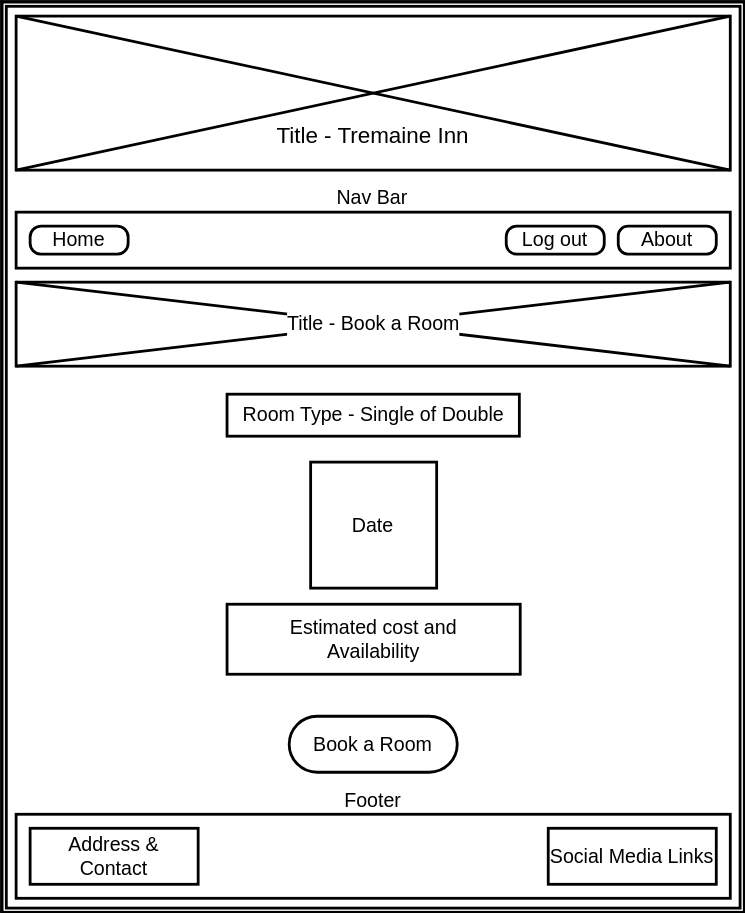
The draw.io diagram readme/book-room-page.svg in redfoxofwealden/tremaine-inn-booking-system, before a commit. Source tidied: cells renumbered, new cells last; positions are measured from the earlier drawing's top-left corner, leaving out a move shared by most shapes. Source of this version:
```xml
<mxGraphModel>
  <root>
    <mxCell id="0" />
    <mxCell id="1" parent="0" />
    <mxCell id="2" style="shape=ext;double=1;rounded=0;whiteSpace=wrap;html=1;strokeColor=#000000;strokeWidth=2;align=center;verticalAlign=middle;fontFamily=Helvetica;fontSize=12;fontColor=#333333;fillColor=#FFFFFF;" parent="1" vertex="1">
      <mxGeometry width="530" height="650" as="geometry" />
    </mxCell>
    <mxCell id="3" style="rounded=0;whiteSpace=wrap;html=1;align=center;verticalAlign=middle;fontFamily=Tahoma;fontSize=14;fontColor=#000000;fillColor=none;gradientColor=none;strokeWidth=2;strokeColor=#000000;" parent="1" vertex="1">
      <mxGeometry x="10" y="150" width="510" height="40" as="geometry" />
    </mxCell>
    <mxCell id="4" style="verticalLabelPosition=bottom;shadow=0;dashed=0;align=center;html=1;verticalAlign=top;strokeWidth=2;shape=mxgraph.mockup.graphics.simpleIcon;strokeColor=#000000;rounded=0;fontFamily=Helvetica;fontSize=12;fontColor=#333333;fillColor=#FFFFFF;" parent="1" vertex="1">
      <mxGeometry x="10" y="10" width="510" height="110" as="geometry" />
    </mxCell>
    <mxCell id="5" value="Title - Tremaine Inn" style="text;html=1;align=center;verticalAlign=middle;whiteSpace=wrap;rounded=0;fontFamily=Helvetica;fontSize=16;fontColor=#000000;fontStyle=0;" parent="1" vertex="1">
      <mxGeometry x="191.2" y="80" width="147.5" height="30" as="geometry" />
    </mxCell>
    <mxCell id="6" value="Log out" style="rounded=1;whiteSpace=wrap;html=1;align=center;verticalAlign=middle;fontFamily=Helvetica;fontSize=14;fontColor=#000000;fillColor=none;gradientColor=none;strokeColor=#000000;strokeWidth=2;arcSize=37;" parent="1" vertex="1">
      <mxGeometry x="360" y="160" width="70" height="20" as="geometry" />
    </mxCell>
    <mxCell id="7" value="About" style="rounded=1;whiteSpace=wrap;html=1;align=center;verticalAlign=middle;fontFamily=Helvetica;fontSize=14;fontColor=#000000;fillColor=none;gradientColor=none;strokeColor=#000000;strokeWidth=2;arcSize=35;" parent="1" vertex="1">
      <mxGeometry x="440" y="160" width="70" height="20" as="geometry" />
    </mxCell>
    <mxCell id="8" value="Home" style="rounded=1;whiteSpace=wrap;html=1;align=center;verticalAlign=middle;fontFamily=Helvetica;fontSize=14;fontColor=#000000;fillColor=none;gradientColor=none;strokeColor=#000000;strokeWidth=2;arcSize=39;" parent="1" vertex="1">
      <mxGeometry x="20" y="160" width="70" height="20" as="geometry" />
    </mxCell>
    <mxCell id="9" style="rounded=0;whiteSpace=wrap;html=1;align=center;verticalAlign=middle;fontFamily=Tahoma;fontSize=14;fontColor=#000000;fillColor=none;gradientColor=none;strokeWidth=2;strokeColor=#000000;" parent="1" vertex="1">
      <mxGeometry x="10" y="580" width="510" height="60" as="geometry" />
    </mxCell>
    <mxCell id="10" value="Address &amp;amp;&lt;br&gt;Contact" style="rounded=1;whiteSpace=wrap;html=1;align=center;verticalAlign=middle;fontFamily=Helvetica;fontSize=14;fontColor=#000000;fillColor=none;gradientColor=none;arcSize=0;strokeWidth=2;strokeColor=#000000;" parent="1" vertex="1">
      <mxGeometry x="20" y="590" width="120" height="40" as="geometry" />
    </mxCell>
    <mxCell id="11" value="Social Media Links" style="rounded=1;whiteSpace=wrap;html=1;align=center;verticalAlign=middle;fontFamily=Helvetica;fontSize=14;fontColor=#000000;fillColor=none;gradientColor=none;arcSize=0;strokeWidth=2;strokeColor=#000000;" parent="1" vertex="1">
      <mxGeometry x="390" y="590" width="120" height="40" as="geometry" />
    </mxCell>
    <mxCell id="12" value="Footer" style="text;html=1;align=center;verticalAlign=middle;whiteSpace=wrap;rounded=0;fontFamily=Helvetica;fontSize=14;fontColor=#000000;" parent="1" vertex="1">
      <mxGeometry x="240" y="560" width="50" height="20" as="geometry" />
    </mxCell>
    <mxCell id="13" value="Nav Bar" style="text;html=1;align=center;verticalAlign=middle;whiteSpace=wrap;rounded=0;fontFamily=Helvetica;fontSize=14;fontColor=#000000;" parent="1" vertex="1">
      <mxGeometry x="237.5" y="130" width="55" height="20" as="geometry" />
    </mxCell>
    <mxCell id="14" style="verticalLabelPosition=bottom;shadow=0;dashed=0;align=center;html=1;verticalAlign=middle;strokeWidth=2;shape=mxgraph.mockup.graphics.simpleIcon;strokeColor=#000000;rounded=0;fontFamily=Helvetica;fontSize=14;fontColor=#000000;fillColor=#FFFFFF;" parent="1" vertex="1">
      <mxGeometry x="10" y="200" width="510" height="60" as="geometry" />
    </mxCell>
    <mxCell id="15" value="Title - Book a Room" style="text;html=1;align=center;verticalAlign=middle;whiteSpace=wrap;rounded=0;fontSize=14;labelBackgroundColor=#FFFFFF;fontColor=#000000;" parent="1" vertex="1">
      <mxGeometry x="153.8" y="215" width="222.5" height="30" as="geometry" />
    </mxCell>
    <mxCell id="16" value="Book a Room" style="rounded=1;whiteSpace=wrap;html=1;arcSize=50;strokeWidth=2;strokeColor=#000000;fillColor=none;fontSize=14;fontColor=#000000;" parent="1" vertex="1">
      <mxGeometry x="205" y="510" width="120" height="40" as="geometry" />
    </mxCell>
    <mxCell id="17" value="Room Type - Single of Double" style="rounded=0;whiteSpace=wrap;html=1;strokeColor=#000000;strokeWidth=2;align=center;verticalAlign=middle;arcSize=50;fontFamily=Helvetica;fontSize=14;fontColor=#000000;fillColor=none;" parent="1" vertex="1">
      <mxGeometry x="160.6" y="280" width="208.8" height="30" as="geometry" />
    </mxCell>
    <mxCell id="18" value="Date" style="whiteSpace=wrap;html=1;rounded=0;strokeColor=#000000;strokeWidth=2;align=center;verticalAlign=middle;arcSize=50;fontFamily=Helvetica;fontSize=14;fontColor=#000000;fillColor=none;" parent="1" vertex="1">
      <mxGeometry x="220.3" y="328.5" width="90" height="90" as="geometry" />
    </mxCell>
    <mxCell id="19" value="Estimated cost and&lt;br&gt;Availability" style="rounded=0;whiteSpace=wrap;html=1;strokeColor=#000000;strokeWidth=2;align=center;verticalAlign=middle;arcSize=50;fontFamily=Helvetica;fontSize=14;fontColor=#000000;fillColor=none;" parent="1" vertex="1">
      <mxGeometry x="160.6" y="430" width="209.4" height="50" as="geometry" />
    </mxCell>
  </root>
</mxGraphModel>
```
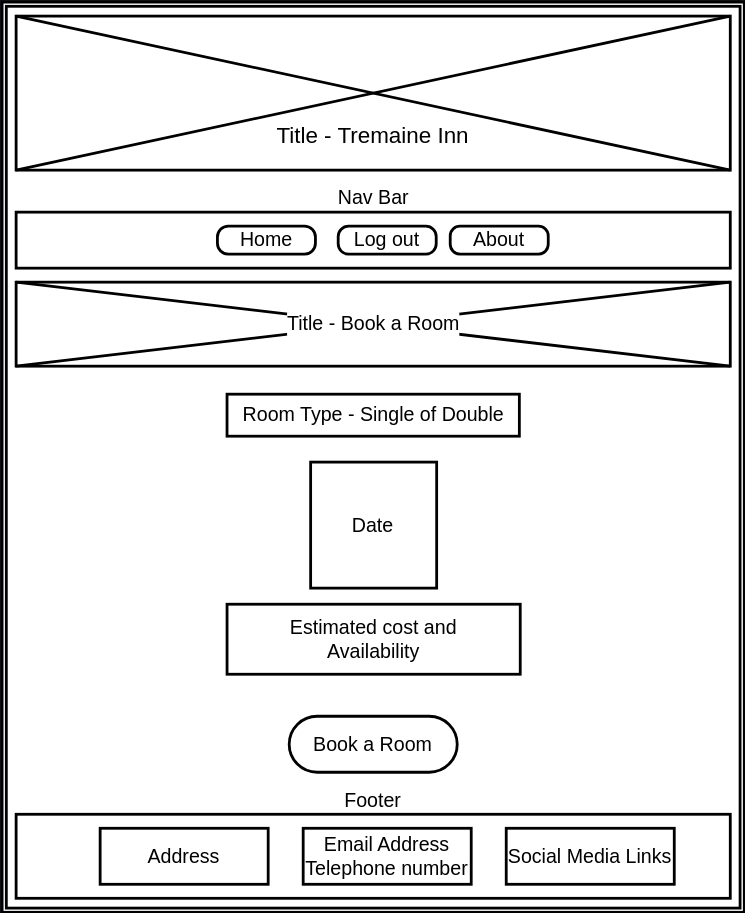
The same file after the commit.

Commit message:
docs: fill out testing home page

What changed in the source:
```diff
@@ -15,23 +15,17 @@
       <mxGeometry x="191.2" y="80" width="147.5" height="30" as="geometry" />
     </mxCell>
     <mxCell id="6" value="Log out" style="rounded=1;whiteSpace=wrap;html=1;align=center;verticalAlign=middle;fontFamily=Helvetica;fontSize=14;fontColor=#000000;fillColor=none;gradientColor=none;strokeColor=#000000;strokeWidth=2;arcSize=37;" parent="1" vertex="1">
-      <mxGeometry x="360" y="160" width="70" height="20" as="geometry" />
+      <mxGeometry x="240" y="160" width="70" height="20" as="geometry" />
     </mxCell>
     <mxCell id="7" value="About" style="rounded=1;whiteSpace=wrap;html=1;align=center;verticalAlign=middle;fontFamily=Helvetica;fontSize=14;fontColor=#000000;fillColor=none;gradientColor=none;strokeColor=#000000;strokeWidth=2;arcSize=35;" parent="1" vertex="1">
-      <mxGeometry x="440" y="160" width="70" height="20" as="geometry" />
+      <mxGeometry x="320" y="160" width="70" height="20" as="geometry" />
     </mxCell>
     <mxCell id="8" value="Home" style="rounded=1;whiteSpace=wrap;html=1;align=center;verticalAlign=middle;fontFamily=Helvetica;fontSize=14;fontColor=#000000;fillColor=none;gradientColor=none;strokeColor=#000000;strokeWidth=2;arcSize=39;" parent="1" vertex="1">
-      <mxGeometry x="20" y="160" width="70" height="20" as="geometry" />
+      <mxGeometry x="153.8" y="160" width="70" height="20" as="geometry" />
     </mxCell>
     <mxCell id="9" style="rounded=0;whiteSpace=wrap;html=1;align=center;verticalAlign=middle;fontFamily=Tahoma;fontSize=14;fontColor=#000000;fillColor=none;gradientColor=none;strokeWidth=2;strokeColor=#000000;" parent="1" vertex="1">
       <mxGeometry x="10" y="580" width="510" height="60" as="geometry" />
     </mxCell>
-    <mxCell id="10" value="Address &amp;amp;&lt;br&gt;Contact" style="rounded=1;whiteSpace=wrap;html=1;align=center;verticalAlign=middle;fontFamily=Helvetica;fontSize=14;fontColor=#000000;fillColor=none;gradientColor=none;arcSize=0;strokeWidth=2;strokeColor=#000000;" parent="1" vertex="1">
-      <mxGeometry x="20" y="590" width="120" height="40" as="geometry" />
-    </mxCell>
-    <mxCell id="11" value="Social Media Links" style="rounded=1;whiteSpace=wrap;html=1;align=center;verticalAlign=middle;fontFamily=Helvetica;fontSize=14;fontColor=#000000;fillColor=none;gradientColor=none;arcSize=0;strokeWidth=2;strokeColor=#000000;" parent="1" vertex="1">
-      <mxGeometry x="390" y="590" width="120" height="40" as="geometry" />
-    </mxCell>
     <mxCell id="12" value="Footer" style="text;html=1;align=center;verticalAlign=middle;whiteSpace=wrap;rounded=0;fontFamily=Helvetica;fontSize=14;fontColor=#000000;" parent="1" vertex="1">
       <mxGeometry x="240" y="560" width="50" height="20" as="geometry" />
     </mxCell>
@@ -56,5 +50,14 @@
     <mxCell id="19" value="Estimated cost and&lt;br&gt;Availability" style="rounded=0;whiteSpace=wrap;html=1;strokeColor=#000000;strokeWidth=2;align=center;verticalAlign=middle;arcSize=50;fontFamily=Helvetica;fontSize=14;fontColor=#000000;fillColor=none;" parent="1" vertex="1">
       <mxGeometry x="160.6" y="430" width="209.4" height="50" as="geometry" />
     </mxCell>
+    <mxCell id="20" value="Address" style="rounded=1;whiteSpace=wrap;html=1;align=center;verticalAlign=middle;fontFamily=Helvetica;fontSize=14;fontColor=#000000;fillColor=none;gradientColor=none;arcSize=0;strokeWidth=2;strokeColor=#000000;" parent="1" vertex="1">
+      <mxGeometry x="70" y="590" width="120" height="40" as="geometry" />
+    </mxCell>
+    <mxCell id="11" value="Social Media Links" style="rounded=1;whiteSpace=wrap;html=1;align=center;verticalAlign=middle;fontFamily=Helvetica;fontSize=14;fontColor=#000000;fillColor=none;gradientColor=none;arcSize=0;strokeWidth=2;strokeColor=#000000;" parent="1" vertex="1">
+      <mxGeometry x="360" y="590" width="120" height="40" as="geometry" />
+    </mxCell>
+    <mxCell id="21" value="Email Address&lt;br&gt;Telephone number" style="rounded=1;whiteSpace=wrap;html=1;align=center;verticalAlign=middle;fontFamily=Helvetica;fontSize=14;fontColor=#000000;fillColor=none;gradientColor=none;arcSize=0;strokeWidth=2;strokeColor=#000000;" parent="1" vertex="1">
+      <mxGeometry x="215" y="590" width="120" height="40" as="geometry" />
+    </mxCell>
   </root>
 </mxGraphModel>
```
